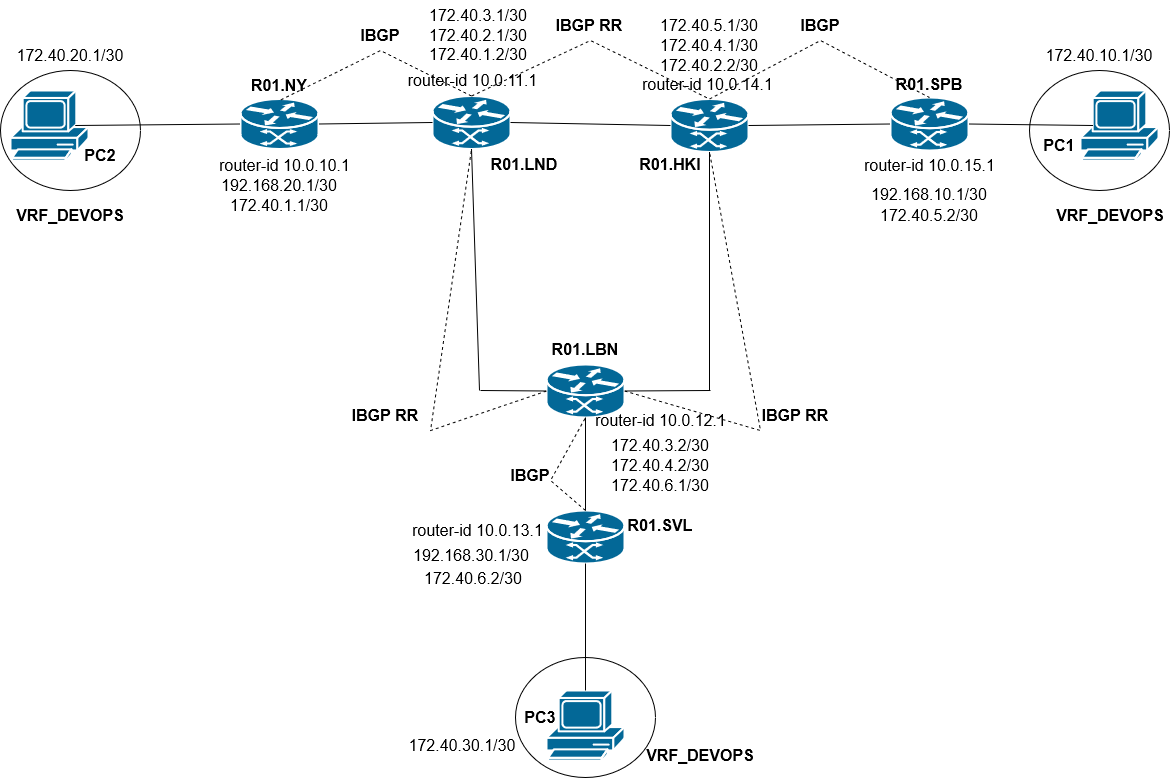
The draw.io diagram lab4/final.drawio.png in fiji6479/2022_2023-introduction_in_routing-k33212-Gomzyakov_A, before a commit. Source tidied: cells renumbered, new cells last; positions are measured from the earlier drawing's top-left corner, leaving out a move shared by most shapes.
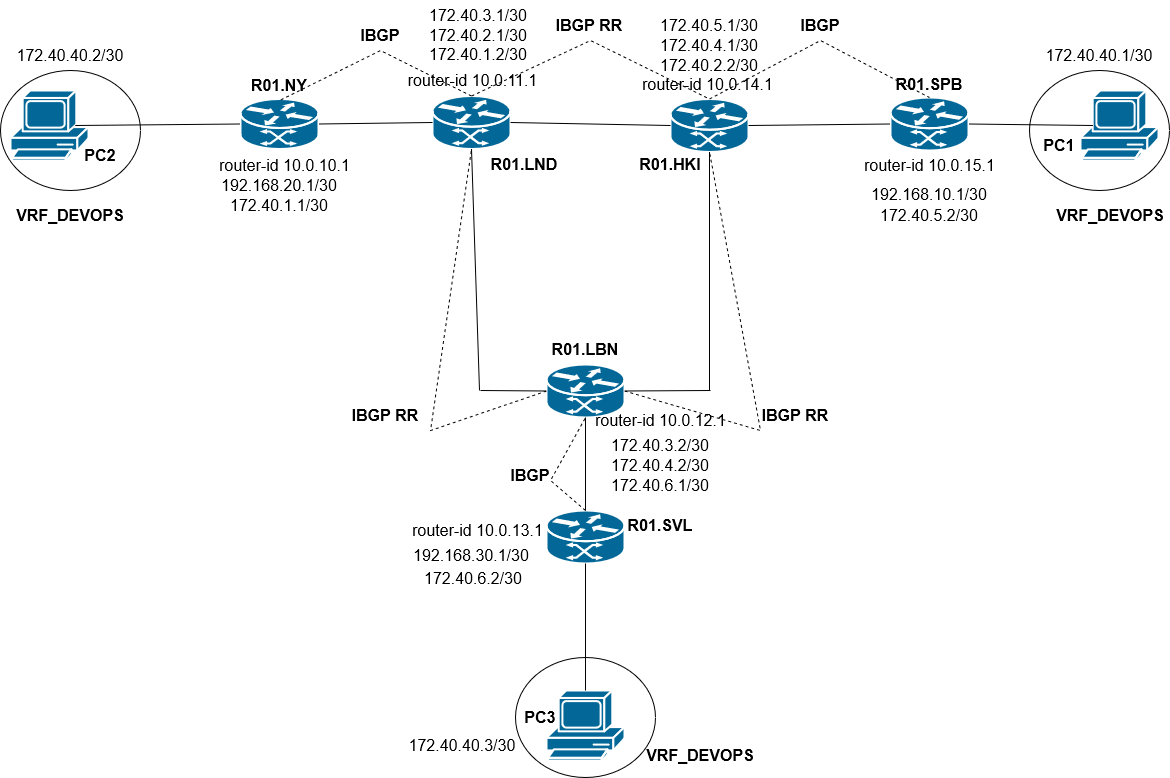
Above is the later version.

What changed in the source:
```diff
@@ -238,13 +238,13 @@
     <mxCell id="69" value="172.40.6.2/30" style="text;html=1;strokeColor=none;fillColor=none;align=center;verticalAlign=middle;whiteSpace=wrap;rounded=0;fontSize=16;" parent="1" vertex="1">
       <mxGeometry x="442.5" y="563" width="60" height="30" as="geometry" />
     </mxCell>
-    <mxCell id="70" value="172.40.20.1/30" style="text;html=1;strokeColor=none;fillColor=none;align=center;verticalAlign=middle;whiteSpace=wrap;rounded=0;fontSize=16;" parent="1" vertex="1">
+    <mxCell id="70" value="172.40.40.2/30" style="text;html=1;strokeColor=none;fillColor=none;align=center;verticalAlign=middle;whiteSpace=wrap;rounded=0;fontSize=16;" parent="1" vertex="1">
       <mxGeometry x="40" y="40" width="60" height="30" as="geometry" />
     </mxCell>
-    <mxCell id="71" value="172.40.10.1/30" style="text;html=1;strokeColor=none;fillColor=none;align=center;verticalAlign=middle;whiteSpace=wrap;rounded=0;fontSize=16;" parent="1" vertex="1">
+    <mxCell id="71" value="172.40.40.1/30" style="text;html=1;strokeColor=none;fillColor=none;align=center;verticalAlign=middle;whiteSpace=wrap;rounded=0;fontSize=16;" parent="1" vertex="1">
       <mxGeometry x="1069" y="40" width="60" height="30" as="geometry" />
     </mxCell>
-    <mxCell id="72" value="172.40.30.1/30" style="text;html=1;strokeColor=none;fillColor=none;align=center;verticalAlign=middle;whiteSpace=wrap;rounded=0;fontSize=16;" parent="1" vertex="1">
+    <mxCell id="72" value="172.40.40.3/30" style="text;html=1;strokeColor=none;fillColor=none;align=center;verticalAlign=middle;whiteSpace=wrap;rounded=0;fontSize=16;" parent="1" vertex="1">
       <mxGeometry x="432" y="730" width="60" height="30" as="geometry" />
     </mxCell>
   </root>
```
